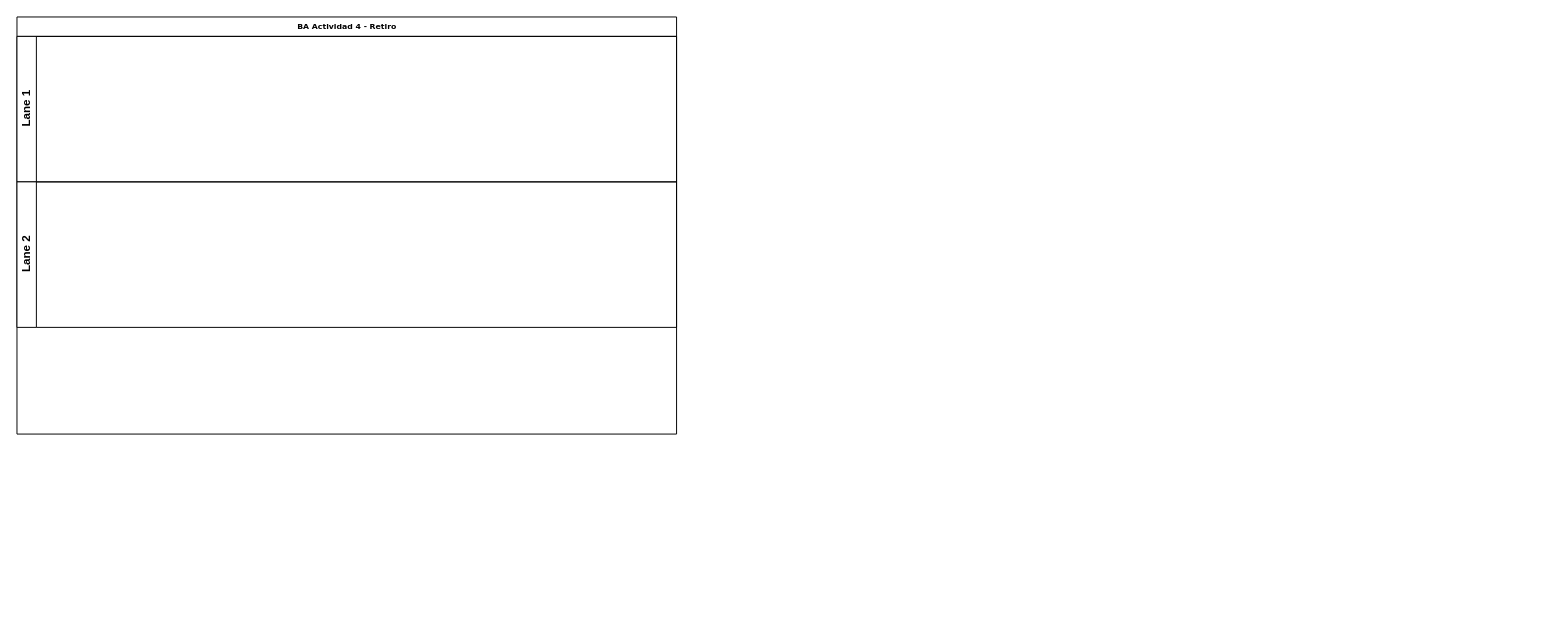
Before: BPMN - Diagrama Flujo - Proceso Retiro Cajero.drawio in chisvmen/BA_projects, a draw.io diagram. Source tidied: cells renumbered, new cells numbered last; positions are measured from the earlier drawing's top-left corner, leaving out a move shared by most shapes. Both pictures are drawn from the tidied source at 97%, with x=0, y=0 at pixel (16, 16).
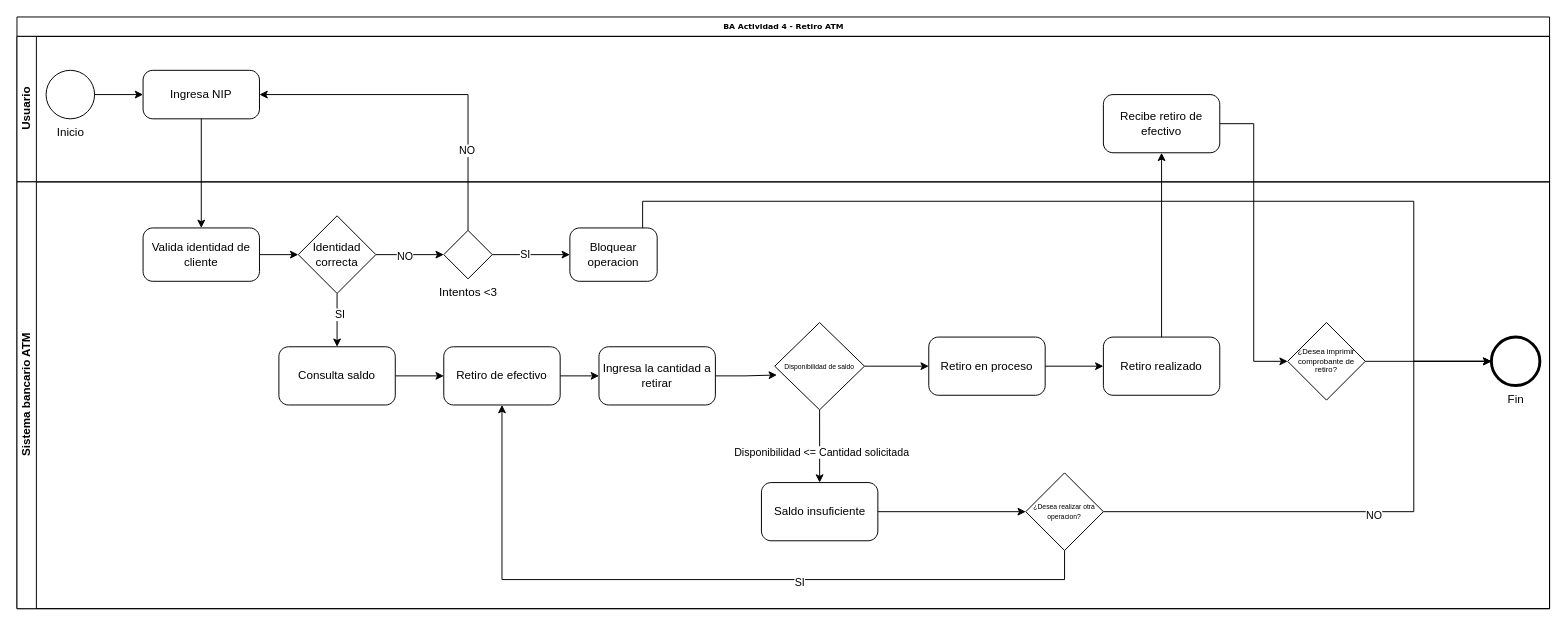
Above is the later version.

Change to the diagram source:
```diff
@@
-    <mxCell id="2" value="BA Actividad 4 - Retiro" style="swimlane;html=1;horizontal=1;startSize=20;rounded=0;shadow=0;labelBackgroundColor=none;strokeWidth=1;fontFamily=Verdana;fontSize=8;align=center;" parent="1" vertex="1">
-      <mxGeometry width="680" height="430" as="geometry" />
+    <mxCell id="2" value="BA Actividad 4 - Retiro ATM" style="swimlane;html=1;horizontal=1;startSize=20;rounded=0;shadow=0;labelBackgroundColor=none;strokeWidth=1;fontFamily=Verdana;fontSize=8;align=center;" parent="1" vertex="1">
+      <mxGeometry width="1580" height="610" as="geometry" />
     </mxCell>
-    <mxCell id="3" value="Lane 1" style="swimlane;html=1;startSize=20;horizontal=0;" parent="2" vertex="1">
-      <mxGeometry y="20" width="680" height="150" as="geometry" />
+    <mxCell id="3" value="Usuario" style="swimlane;html=1;startSize=20;horizontal=0;" parent="2" vertex="1">
+      <mxGeometry y="20" width="1580" height="150" as="geometry" />
     </mxCell>
+    <mxCell id="5" value="Inicio" style="points=[[0.145,0.145,0],[0.5,0,0],[0.855,0.145,0],[1,0.5,0],[0.855,0.855,0],[0.5,1,0],[0.145,0.855,0],[0,0.5,0]];shape=mxgraph.bpmn.event;html=1;verticalLabelPosition=bottom;labelBackgroundColor=#ffffff;verticalAlign=top;align=center;perimeter=ellipsePerimeter;outlineConnect=0;outline=standard;symbol=general;" parent="3" vertex="1">
+      <mxGeometry x="30" y="35" width="50" height="50" as="geometry" />
+    </mxCell>
+    <mxCell id="6" value="Ingresa NIP" style="points=[[0.25,0,0],[0.5,0,0],[0.75,0,0],[1,0.25,0],[1,0.5,0],[1,0.75,0],[0.75,1,0],[0.5,1,0],[0.25,1,0],[0,0.75,0],[0,0.5,0],[0,0.25,0]];shape=mxgraph.bpmn.task;whiteSpace=wrap;rectStyle=rounded;size=10;html=1;taskMarker=abstract;" parent="3" vertex="1">
+      <mxGeometry x="130" y="35" width="120" height="50" as="geometry" />
+    </mxCell>
+    <mxCell id="7" style="edgeStyle=orthogonalEdgeStyle;rounded=0;jettySize=auto;html=1;entryX=0;entryY=0.5;entryDx=0;entryDy=0;entryPerimeter=0;" parent="3" edge="1" source="5" target="6">
+      <mxGeometry relative="1" as="geometry" />
+    </mxCell>
+    <mxCell id="8" value="Recibe retiro de efectivo" style="points=[[0.25,0,0],[0.5,0,0],[0.75,0,0],[1,0.25,0],[1,0.5,0],[1,0.75,0],[0.75,1,0],[0.5,1,0],[0.25,1,0],[0,0.75,0],[0,0.5,0],[0,0.25,0]];shape=mxgraph.bpmn.task;whiteSpace=wrap;rectStyle=rounded;size=10;html=1;taskMarker=abstract;" parent="3" vertex="1">
+      <mxGeometry x="1120" y="60" width="120" height="60" as="geometry" />
+    </mxCell>
-    <mxCell id="4" value="Lane 2" style="swimlane;html=1;startSize=20;horizontal=0;" parent="2" vertex="1">
-      <mxGeometry y="170" width="680" height="150" as="geometry" />
+    <mxCell id="4" value="Sistema bancario ATM" style="swimlane;html=1;startSize=20;horizontal=0;" parent="2" vertex="1">
+      <mxGeometry y="170" width="1580" height="440" as="geometry" />
     </mxCell>
+    <mxCell id="9" style="edgeStyle=orthogonalEdgeStyle;rounded=0;jettySize=auto;html=1;" parent="4" edge="1" source="10" target="19">
+      <mxGeometry relative="1" as="geometry" />
+    </mxCell>
+    <mxCell id="10" value="Valida identidad de cliente" style="points=[[0.25,0,0],[0.5,0,0],[0.75,0,0],[1,0.25,0],[1,0.5,0],[1,0.75,0],[0.75,1,0],[0.5,1,0],[0.25,1,0],[0,0.75,0],[0,0.5,0],[0,0.25,0]];shape=mxgraph.bpmn.task;whiteSpace=wrap;rectStyle=rounded;size=10;html=1;taskMarker=abstract;" parent="4" vertex="1">
+      <mxGeometry x="130" y="47.5" width="120" height="55" as="geometry" />
+    </mxCell>
+    <mxCell id="11" style="edgeStyle=orthogonalEdgeStyle;rounded=0;jettySize=auto;html=1;entryX=0;entryY=0.5;entryDx=0;entryDy=0;entryPerimeter=0;" parent="4" edge="1" source="13" target="14">
+      <mxGeometry relative="1" as="geometry" />
+    </mxCell>
+    <mxCell id="12" value="SI" style="edgeLabel;html=1;align=center;verticalAlign=middle;" parent="11" vertex="1">
+      <mxGeometry x="-0.17" y="1" relative="1" as="geometry" />
+    </mxCell>
+    <mxCell id="13" value="Intentos &amp;lt;3" style="points=[[0.25,0.25,0],[0.5,0,0],[0.75,0.25,0],[1,0.5,0],[0.75,0.75,0],[0.5,1,0],[0.25,0.75,0],[0,0.5,0]];shape=mxgraph.bpmn.gateway2;html=1;verticalLabelPosition=bottom;labelBackgroundColor=#ffffff;verticalAlign=top;align=center;perimeter=rhombusPerimeter;outlineConnect=0;outline=none;symbol=none;" parent="4" vertex="1">
+      <mxGeometry x="440" y="50" width="50" height="50" as="geometry" />
+    </mxCell>
+    <mxCell id="14" value="Bloquear operacion" style="points=[[0.25,0,0],[0.5,0,0],[0.75,0,0],[1,0.25,0],[1,0.5,0],[1,0.75,0],[0.75,1,0],[0.5,1,0],[0.25,1,0],[0,0.75,0],[0,0.5,0],[0,0.25,0]];shape=mxgraph.bpmn.task;whiteSpace=wrap;rectStyle=rounded;size=10;html=1;taskMarker=abstract;" parent="4" vertex="1">
+      <mxGeometry x="570" y="47.5" width="90" height="55" as="geometry" />
+    </mxCell>
+    <mxCell id="15" style="edgeStyle=orthogonalEdgeStyle;rounded=0;jettySize=auto;html=1;" parent="4" edge="1" source="19" target="13">
+      <mxGeometry relative="1" as="geometry" />
+    </mxCell>
+    <mxCell id="16" value="NO" style="edgeLabel;html=1;align=center;verticalAlign=middle;" parent="15" vertex="1">
+      <mxGeometry x="-0.16" y="-1" relative="1" as="geometry" />
+    </mxCell>
+    <mxCell id="17" style="edgeStyle=orthogonalEdgeStyle;rounded=0;jettySize=auto;html=1;entryX=0.5;entryY=0;entryDx=0;entryDy=0;entryPerimeter=0;" parent="4" edge="1" source="19" target="21">
+      <mxGeometry relative="1" as="geometry" />
+    </mxCell>
+    <mxCell id="18" value="SI" style="edgeLabel;html=1;align=center;verticalAlign=middle;" parent="17" vertex="1">
+      <mxGeometry x="-0.24" y="2" relative="1" as="geometry" />
+    </mxCell>
+    <mxCell id="19" value="Identidad correcta" style="rhombus;whiteSpace=wrap;html=1;" parent="4" vertex="1">
+      <mxGeometry x="290" y="35" width="80" height="80" as="geometry" />
+    </mxCell>
+    <mxCell id="20" style="edgeStyle=orthogonalEdgeStyle;rounded=0;jettySize=auto;html=1;" parent="4" edge="1" source="21" target="23">
+      <mxGeometry relative="1" as="geometry" />
+    </mxCell>
+    <mxCell id="21" value="Consulta saldo" style="points=[[0.25,0,0],[0.5,0,0],[0.75,0,0],[1,0.25,0],[1,0.5,0],[1,0.75,0],[0.75,1,0],[0.5,1,0],[0.25,1,0],[0,0.75,0],[0,0.5,0],[0,0.25,0]];shape=mxgraph.bpmn.task;whiteSpace=wrap;rectStyle=rounded;size=10;html=1;taskMarker=abstract;" parent="4" vertex="1">
+      <mxGeometry x="270" y="170" width="120" height="60" as="geometry" />
+    </mxCell>
+    <mxCell id="22" style="edgeStyle=orthogonalEdgeStyle;rounded=0;jettySize=auto;html=1;" parent="4" edge="1" source="23" target="27">
+      <mxGeometry relative="1" as="geometry" />
+    </mxCell>
+    <mxCell id="23" value="Retiro de efectivo" style="points=[[0.25,0,0],[0.5,0,0],[0.75,0,0],[1,0.25,0],[1,0.5,0],[1,0.75,0],[0.75,1,0],[0.5,1,0],[0.25,1,0],[0,0.75,0],[0,0.5,0],[0,0.25,0]];shape=mxgraph.bpmn.task;whiteSpace=wrap;rectStyle=rounded;size=10;html=1;taskMarker=abstract;" parent="4" vertex="1">
+      <mxGeometry x="440" y="170" width="120" height="60" as="geometry" />
+    </mxCell>
+    <mxCell id="24" value="Saldo insuficiente" style="points=[[0.25,0,0],[0.5,0,0],[0.75,0,0],[1,0.25,0],[1,0.5,0],[1,0.75,0],[0.75,1,0],[0.5,1,0],[0.25,1,0],[0,0.75,0],[0,0.5,0],[0,0.25,0]];shape=mxgraph.bpmn.task;whiteSpace=wrap;rectStyle=rounded;size=10;html=1;taskMarker=abstract;" parent="4" vertex="1">
+      <mxGeometry x="767.5" y="310" width="120" height="60" as="geometry" />
+    </mxCell>
+    <mxCell id="25" style="edgeStyle=orthogonalEdgeStyle;rounded=0;jettySize=auto;html=1;entryX=0.5;entryY=0;entryDx=0;entryDy=0;entryPerimeter=0;exitX=0.5;exitY=1;exitDx=0;exitDy=0;" parent="4" edge="1" source="33" target="24">
+      <mxGeometry relative="1" as="geometry" />
+    </mxCell>
+    <mxCell id="26" value="&amp;nbsp;Disponibilidad &amp;lt;= Cantidad solicitada" style="edgeLabel;html=1;align=center;verticalAlign=middle;" parent="25" vertex="1">
+      <mxGeometry x="0.17" relative="1" as="geometry" />
+    </mxCell>
+    <mxCell id="27" value="Ingresa la cantidad a retirar" style="points=[[0.25,0,0],[0.5,0,0],[0.75,0,0],[1,0.25,0],[1,0.5,0],[1,0.75,0],[0.75,1,0],[0.5,1,0],[0.25,1,0],[0,0.75,0],[0,0.5,0],[0,0.25,0]];shape=mxgraph.bpmn.task;whiteSpace=wrap;rectStyle=rounded;size=10;html=1;taskMarker=abstract;" parent="4" vertex="1">
+      <mxGeometry x="600" y="170" width="120" height="60" as="geometry" />
+    </mxCell>
+    <mxCell id="28" style="edgeStyle=orthogonalEdgeStyle;rounded=0;jettySize=auto;html=1;entryX=0.024;entryY=0.601;entryDx=0;entryDy=0;entryPerimeter=0;" parent="4" edge="1" source="27" target="33">
+      <mxGeometry relative="1" as="geometry" />
+    </mxCell>
+    <mxCell id="29" value="&lt;font style=&quot;font-size: 7px;&quot;&gt;¿Desea realizar otra operacion?&lt;/font&gt;" style="rhombus;whiteSpace=wrap;html=1;fontSize=8;" parent="4" vertex="1">
+      <mxGeometry x="1040" y="300" width="80" height="80" as="geometry" />
+    </mxCell>
+    <mxCell id="30" style="edgeStyle=orthogonalEdgeStyle;rounded=0;jettySize=auto;html=1;" parent="4" edge="1" source="24" target="29">
+      <mxGeometry relative="1" as="geometry" />
+    </mxCell>
+    <mxCell id="31" style="edgeStyle=orthogonalEdgeStyle;rounded=0;jettySize=auto;html=1;entryX=0.5;entryY=1;entryDx=0;entryDy=0;entryPerimeter=0;" parent="4" edge="1" source="29" target="23">
+      <mxGeometry relative="1" as="geometry">
+        <Array as="points">
+          <mxPoint x="1080" y="410" />
+          <mxPoint x="500" y="410" />
+        </Array>
+      </mxGeometry>
+    </mxCell>
+    <mxCell id="32" value="SI" style="edgeLabel;html=1;align=center;verticalAlign=middle;" parent="31" vertex="1">
+      <mxGeometry x="-0.23" y="2" relative="1" as="geometry" />
+    </mxCell>
+    <mxCell id="33" value="&lt;font style=&quot;font-size: 7px;&quot;&gt;Disponibilidad de saldo&lt;/font&gt;" style="rhombus;whiteSpace=wrap;html=1;fontSize=8;" parent="4" vertex="1">
+      <mxGeometry x="781.2" y="145" width="92.5" height="90" as="geometry" />
+    </mxCell>
+    <mxCell id="34" value="Retiro en proceso" style="points=[[0.25,0,0],[0.5,0,0],[0.75,0,0],[1,0.25,0],[1,0.5,0],[1,0.75,0],[0.75,1,0],[0.5,1,0],[0.25,1,0],[0,0.75,0],[0,0.5,0],[0,0.25,0]];shape=mxgraph.bpmn.task;whiteSpace=wrap;rectStyle=rounded;size=10;html=1;taskMarker=abstract;" parent="4" vertex="1">
+      <mxGeometry x="940" y="160" width="120" height="60" as="geometry" />
+    </mxCell>
+    <mxCell id="35" style="edgeStyle=orthogonalEdgeStyle;rounded=0;jettySize=auto;html=1;entryX=0;entryY=0.5;entryDx=0;entryDy=0;entryPerimeter=0;exitX=1;exitY=0.5;exitDx=0;exitDy=0;" parent="4" edge="1" source="33" target="34">
+      <mxGeometry relative="1" as="geometry" />
+    </mxCell>
+    <mxCell id="36" value="Retiro realizado" style="points=[[0.25,0,0],[0.5,0,0],[0.75,0,0],[1,0.25,0],[1,0.5,0],[1,0.75,0],[0.75,1,0],[0.5,1,0],[0.25,1,0],[0,0.75,0],[0,0.5,0],[0,0.25,0]];shape=mxgraph.bpmn.task;whiteSpace=wrap;rectStyle=rounded;size=10;html=1;taskMarker=abstract;" parent="4" vertex="1">
+      <mxGeometry x="1120" y="160" width="120" height="60" as="geometry" />
+    </mxCell>
+    <mxCell id="37" style="edgeStyle=orthogonalEdgeStyle;rounded=0;jettySize=auto;html=1;" parent="4" edge="1" source="34" target="36">
+      <mxGeometry relative="1" as="geometry" />
+    </mxCell>
+    <mxCell id="38" value="¿Desea imprimir comprobante de retiro?" style="rhombus;whiteSpace=wrap;html=1;fontSize=8;" parent="4" vertex="1">
+      <mxGeometry x="1310" y="145" width="80" height="80" as="geometry" />
+    </mxCell>
+    <mxCell id="39" value="Fin" style="points=[[0.145,0.145,0],[0.5,0,0],[0.855,0.145,0],[1,0.5,0],[0.855,0.855,0],[0.5,1,0],[0.145,0.855,0],[0,0.5,0]];shape=mxgraph.bpmn.event;html=1;verticalLabelPosition=bottom;labelBackgroundColor=#ffffff;verticalAlign=top;align=center;perimeter=ellipsePerimeter;outlineConnect=0;outline=end;symbol=terminate2;" parent="4" vertex="1">
+      <mxGeometry x="1520" y="160" width="50" height="50" as="geometry" />
+    </mxCell>
+    <mxCell id="40" style="edgeStyle=orthogonalEdgeStyle;rounded=0;jettySize=auto;html=1;entryX=0;entryY=0.5;entryDx=0;entryDy=0;entryPerimeter=0;" parent="4" edge="1" source="38" target="39">
+      <mxGeometry relative="1" as="geometry" />
+    </mxCell>
+    <mxCell id="41" style="edgeStyle=orthogonalEdgeStyle;rounded=0;jettySize=auto;html=1;entryX=0;entryY=0.5;entryDx=0;entryDy=0;entryPerimeter=0;" parent="4" edge="1" source="14" target="39">
+      <mxGeometry relative="1" as="geometry">
+        <Array as="points">
+          <mxPoint x="645" y="20" />
+          <mxPoint x="1440" y="20" />
+          <mxPoint x="1440" y="185" />
+        </Array>
+      </mxGeometry>
+    </mxCell>
+    <mxCell id="42" style="edgeStyle=orthogonalEdgeStyle;rounded=0;jettySize=auto;html=1;entryX=0;entryY=0.5;entryDx=0;entryDy=0;entryPerimeter=0;" parent="4" edge="1" source="29" target="39">
+      <mxGeometry relative="1" as="geometry">
+        <Array as="points">
+          <mxPoint x="1440" y="340" />
+          <mxPoint x="1440" y="185" />
+        </Array>
+      </mxGeometry>
+    </mxCell>
+    <mxCell id="43" value="NO" style="edgeLabel;html=1;align=center;verticalAlign=middle;" parent="42" vertex="1">
+      <mxGeometry y="-3" relative="1" as="geometry" />
+    </mxCell>
+    <mxCell id="44" style="edgeStyle=orthogonalEdgeStyle;rounded=0;jettySize=auto;html=1;entryX=0.5;entryY=0;entryDx=0;entryDy=0;entryPerimeter=0;" parent="2" edge="1" source="6" target="10">
+      <mxGeometry relative="1" as="geometry" />
+    </mxCell>
+    <mxCell id="45" style="edgeStyle=orthogonalEdgeStyle;rounded=0;jettySize=auto;html=1;entryX=1;entryY=0.5;entryDx=0;entryDy=0;entryPerimeter=0;" parent="2" edge="1" source="13" target="6">
+      <mxGeometry relative="1" as="geometry">
+        <Array as="points">
+          <mxPoint x="465" y="80" />
+        </Array>
+      </mxGeometry>
+    </mxCell>
+    <mxCell id="46" value="NO" style="edgeLabel;html=1;align=center;verticalAlign=middle;" parent="45" vertex="1">
+      <mxGeometry x="-0.53" y="2" relative="1" as="geometry" />
+    </mxCell>
+    <mxCell id="47" style="edgeStyle=orthogonalEdgeStyle;rounded=0;jettySize=auto;html=1;" parent="2" edge="1" source="36" target="8">
+      <mxGeometry relative="1" as="geometry" />
+    </mxCell>
+    <mxCell id="48" style="edgeStyle=orthogonalEdgeStyle;rounded=0;jettySize=auto;html=1;entryX=0;entryY=0.5;entryDx=0;entryDy=0;" parent="2" edge="1" source="8" target="38">
+      <mxGeometry relative="1" as="geometry" />
+    </mxCell>
```
